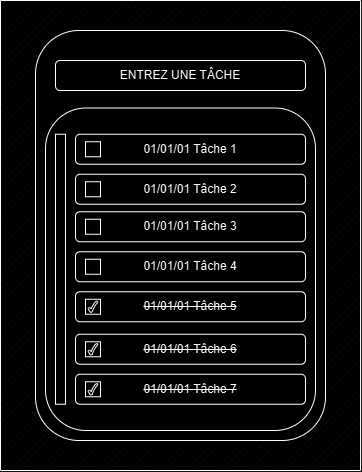
Before: src/assets/to-do-list-react.drawio.png, a diagram exported from draw.io (mguittari/to-do-list-react). Source tidied: cells renumbered, new cells last; positions are measured from the earlier drawing's top-left corner, leaving out a move shared by most shapes.
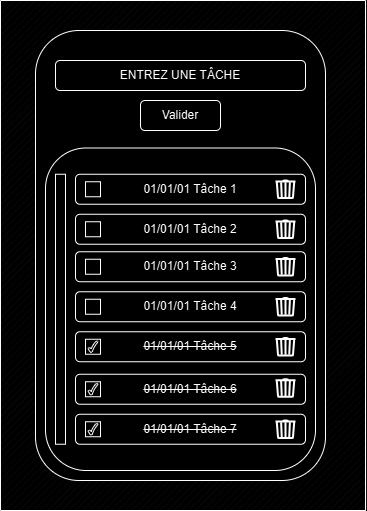
The same file after the commit.

The edit, as a diff of the source:
```diff
@@ -3,16 +3,16 @@
     <mxCell id="0" />
     <mxCell id="1" parent="0" />
     <mxCell id="2" style="verticalLabelPosition=bottom;verticalAlign=top;html=1;shape=mxgraph.basic.patternFillRect;fillStyle=diag;step=5;fillStrokeWidth=0.2;fillStrokeColor=#dddddd;" parent="1" vertex="1">
-      <mxGeometry width="360" height="470" as="geometry" />
+      <mxGeometry y="-40" width="365" height="510" as="geometry" />
     </mxCell>
     <mxCell id="3" style="rounded=1;whiteSpace=wrap;html=1;" parent="1" vertex="1">
-      <mxGeometry x="35" y="30" width="290" height="410" as="geometry" />
+      <mxGeometry x="35" y="-10" width="290" height="450" as="geometry" />
     </mxCell>
     <mxCell id="4" style="rounded=1;whiteSpace=wrap;html=1;strokeWidth=1;" parent="1" vertex="1">
       <mxGeometry x="45" y="107.5" width="270" height="322.5" as="geometry" />
     </mxCell>
     <mxCell id="5" value="ENTREZ UNE TÂCHE" style="rounded=1;whiteSpace=wrap;html=1;" parent="1" vertex="1">
-      <mxGeometry x="55" y="60" width="250" height="30" as="geometry" />
+      <mxGeometry x="55" y="20" width="250" height="30" as="geometry" />
     </mxCell>
     <mxCell id="6" value="01/01/01 Tâche 1" style="rounded=1;whiteSpace=wrap;html=1;align=center;" parent="1" vertex="1">
       <mxGeometry x="75" y="133.8" width="230" height="30" as="geometry" />
@@ -68,5 +68,29 @@
     <mxCell id="23" style="verticalLabelPosition=bottom;verticalAlign=top;html=1;shape=mxgraph.basic.tick;" parent="1" vertex="1">
       <mxGeometry x="87.5" y="383.1" width="10" height="11.2" as="geometry" />
     </mxCell>
+    <mxCell id="24" value="Valider" style="rounded=1;whiteSpace=wrap;html=1;" parent="1" vertex="1">
+      <mxGeometry x="140" y="60" width="80" height="30" as="geometry" />
+    </mxCell>
+    <mxCell id="25" style="html=1;verticalLabelPosition=bottom;align=center;labelBackgroundColor=#ffffff;verticalAlign=top;strokeWidth=2;shadow=0;dashed=0;shape=mxgraph.ios7.icons.trashcan;" parent="1" vertex="1">
+      <mxGeometry x="275" y="140" width="20" height="17.5" as="geometry" />
+    </mxCell>
+    <mxCell id="26" style="html=1;verticalLabelPosition=bottom;align=center;labelBackgroundColor=#ffffff;verticalAlign=top;strokeWidth=2;shadow=0;dashed=0;shape=mxgraph.ios7.icons.trashcan;" parent="1" vertex="1">
+      <mxGeometry x="275" y="180" width="20" height="17.5" as="geometry" />
+    </mxCell>
+    <mxCell id="27" style="html=1;verticalLabelPosition=bottom;align=center;labelBackgroundColor=#ffffff;verticalAlign=top;strokeWidth=2;shadow=0;dashed=0;shape=mxgraph.ios7.icons.trashcan;" parent="1" vertex="1">
+      <mxGeometry x="275" y="257.5" width="20" height="17.5" as="geometry" />
+    </mxCell>
+    <mxCell id="28" style="html=1;verticalLabelPosition=bottom;align=center;labelBackgroundColor=#ffffff;verticalAlign=top;strokeWidth=2;shadow=0;dashed=0;shape=mxgraph.ios7.icons.trashcan;" parent="1" vertex="1">
+      <mxGeometry x="275" y="297.5" width="20" height="17.5" as="geometry" />
+    </mxCell>
+    <mxCell id="29" style="html=1;verticalLabelPosition=bottom;align=center;labelBackgroundColor=#ffffff;verticalAlign=top;strokeWidth=2;shadow=0;dashed=0;shape=mxgraph.ios7.icons.trashcan;" parent="1" vertex="1">
+      <mxGeometry x="275" y="338.8" width="20" height="17.5" as="geometry" />
+    </mxCell>
+    <mxCell id="30" style="html=1;verticalLabelPosition=bottom;align=center;labelBackgroundColor=#ffffff;verticalAlign=top;strokeWidth=2;shadow=0;dashed=0;shape=mxgraph.ios7.icons.trashcan;" parent="1" vertex="1">
+      <mxGeometry x="275" y="380" width="20" height="17.5" as="geometry" />
+    </mxCell>
+    <mxCell id="31" style="html=1;verticalLabelPosition=bottom;align=center;labelBackgroundColor=#ffffff;verticalAlign=top;strokeWidth=2;shadow=0;dashed=0;shape=mxgraph.ios7.icons.trashcan;" parent="1" vertex="1">
+      <mxGeometry x="275" y="217.5" width="20" height="17.5" as="geometry" />
+    </mxCell>
   </root>
 </mxGraphModel>
```
